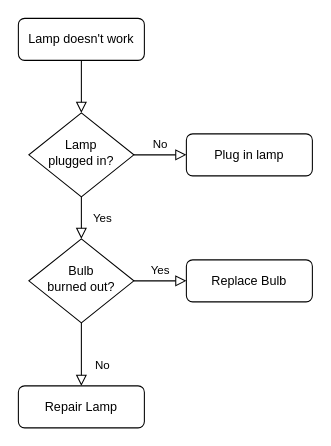
Above: Сервис подключения.drawio in Jtrx1/BOT (draw.io), before the change. Source tidied: cells renumbered, new cells numbered last; positions are measured from the earlier drawing's top-left corner, leaving out a move shared by most shapes. Both pictures are drawn from the tidied source at 105%, with x=0, y=0 at pixel (18, 18).
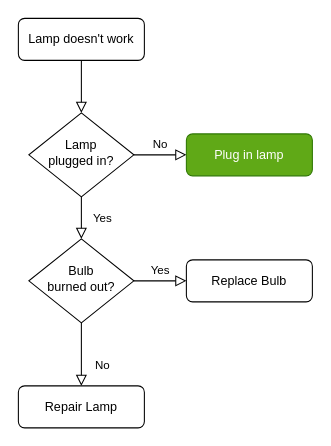
The same page after the edit.

The edit, as a diff of the source:
```diff
@@
 <mxGraphModel>
   <root>
     <mxCell id="0" />
     <mxCell id="1" parent="0" />
     <mxCell id="2" style="rounded=0;html=1;jettySize=auto;fontSize=11;endArrow=block;endFill=0;endSize=8;strokeWidth=1;shadow=0;labelBackgroundColor=none;edgeStyle=orthogonalEdgeStyle;" parent="1" edge="1" source="3" target="6">
       <mxGeometry relative="1" as="geometry" />
     </mxCell>
     <mxCell id="3" value="Lamp doesn't work" style="rounded=1;whiteSpace=wrap;html=1;fontSize=12;glass=0;strokeWidth=1;shadow=0;" parent="1" vertex="1">
       <mxGeometry width="120" height="40" as="geometry" />
     </mxCell>
     <mxCell id="4" value="Yes" style="rounded=0;html=1;jettySize=auto;fontSize=11;endArrow=block;endFill=0;endSize=8;strokeWidth=1;shadow=0;labelBackgroundColor=none;edgeStyle=orthogonalEdgeStyle;" parent="1" edge="1" source="6" target="10">
       <mxGeometry y="20" relative="1" as="geometry" />
     </mxCell>
     <mxCell id="5" value="No" style="edgeStyle=orthogonalEdgeStyle;rounded=0;html=1;jettySize=auto;fontSize=11;endArrow=block;endFill=0;endSize=8;strokeWidth=1;shadow=0;labelBackgroundColor=none;" parent="1" edge="1" source="6" target="7">
       <mxGeometry y="10" relative="1" as="geometry" />
     </mxCell>
     <mxCell id="6" value="Lamp&lt;br&gt;plugged in?" style="rhombus;whiteSpace=wrap;html=1;shadow=0;fontFamily=Helvetica;fontSize=12;align=center;strokeWidth=1;spacing=6;spacingTop=-4;" parent="1" vertex="1">
       <mxGeometry x="10" y="90" width="100" height="80" as="geometry" />
     </mxCell>
-    <mxCell id="7" value="Plug in lamp" style="rounded=1;whiteSpace=wrap;html=1;fontSize=12;glass=0;strokeWidth=1;shadow=0;" parent="1" vertex="1">
+    <mxCell id="7" value="Plug in lamp" style="rounded=1;whiteSpace=wrap;html=1;fontSize=12;glass=0;strokeWidth=1;shadow=0;fillColor=#60a917;fontColor=#ffffff;strokeColor=#2D7600;" parent="1" vertex="1">
       <mxGeometry x="160" y="110" width="120" height="40" as="geometry" />
     </mxCell>
     <mxCell id="8" value="No" style="rounded=0;html=1;jettySize=auto;fontSize=11;endArrow=block;endFill=0;endSize=8;strokeWidth=1;shadow=0;labelBackgroundColor=none;edgeStyle=orthogonalEdgeStyle;" parent="1" edge="1" source="10" target="11">
       <mxGeometry x="0.33" y="20" relative="1" as="geometry" />
     </mxCell>
     <mxCell id="9" value="Yes" style="edgeStyle=orthogonalEdgeStyle;rounded=0;html=1;jettySize=auto;fontSize=11;endArrow=block;endFill=0;endSize=8;strokeWidth=1;shadow=0;labelBackgroundColor=none;" parent="1" edge="1" source="10" target="12">
       <mxGeometry y="10" relative="1" as="geometry" />
     </mxCell>
     <mxCell id="10" value="Bulb&lt;br&gt;burned out?" style="rhombus;whiteSpace=wrap;html=1;shadow=0;fontFamily=Helvetica;fontSize=12;align=center;strokeWidth=1;spacing=6;spacingTop=-4;" parent="1" vertex="1">
       <mxGeometry x="10" y="210" width="100" height="80" as="geometry" />
     </mxCell>
     <mxCell id="11" value="Repair Lamp" style="rounded=1;whiteSpace=wrap;html=1;fontSize=12;glass=0;strokeWidth=1;shadow=0;" parent="1" vertex="1">
       <mxGeometry y="350" width="120" height="40" as="geometry" />
     </mxCell>
     <mxCell id="12" value="Replace Bulb" style="rounded=1;whiteSpace=wrap;html=1;fontSize=12;glass=0;strokeWidth=1;shadow=0;" parent="1" vertex="1">
       <mxGeometry x="160" y="230" width="120" height="40" as="geometry" />
     </mxCell>
   </root>
 </mxGraphModel>
```
